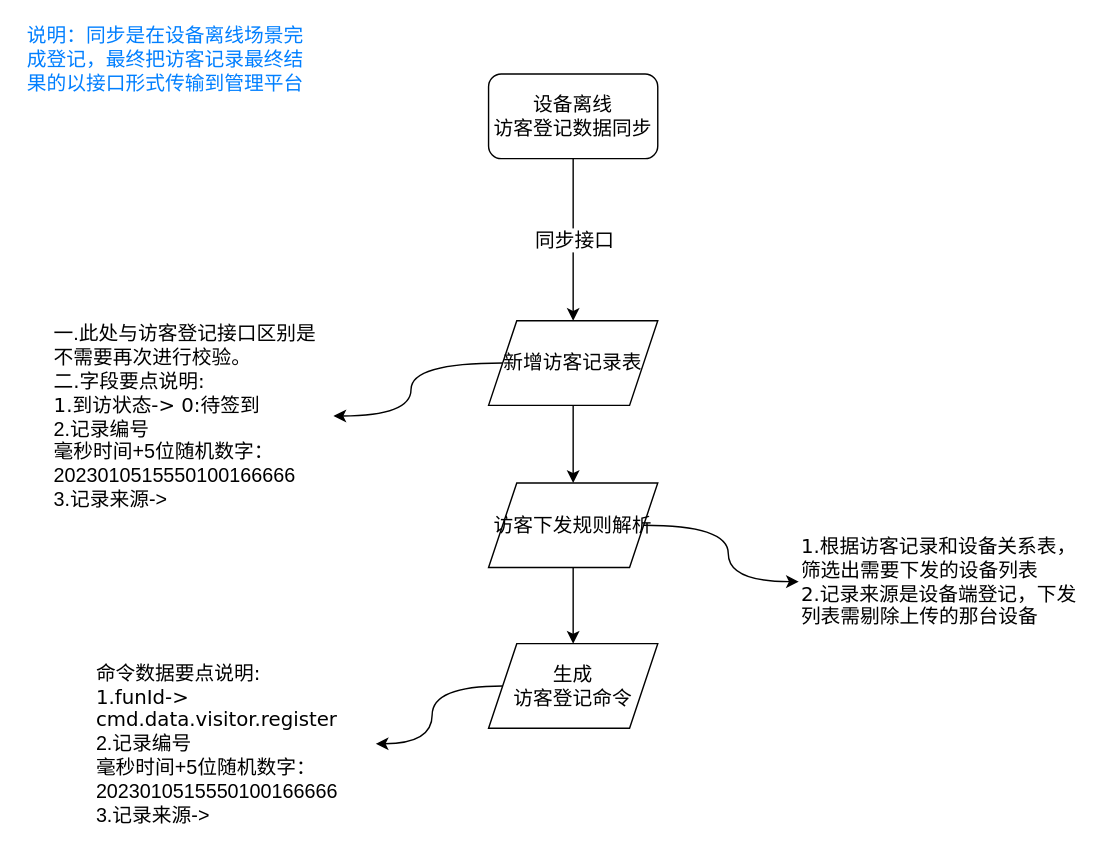
The draw.io diagram page "设备数据同步接口细化" (8 of 9) of 访客功能-线下平台和设备交互流程.drawio in chwnjianhui/draw.io, before the edit. Source tidied: cells renumbered, new cells numbered last; positions are measured from the earlier drawing's top-left corner, leaving out a move shared by most shapes. Both pictures are drawn from the tidied source at 141%, with x=0, y=0 at pixel (24, 31).
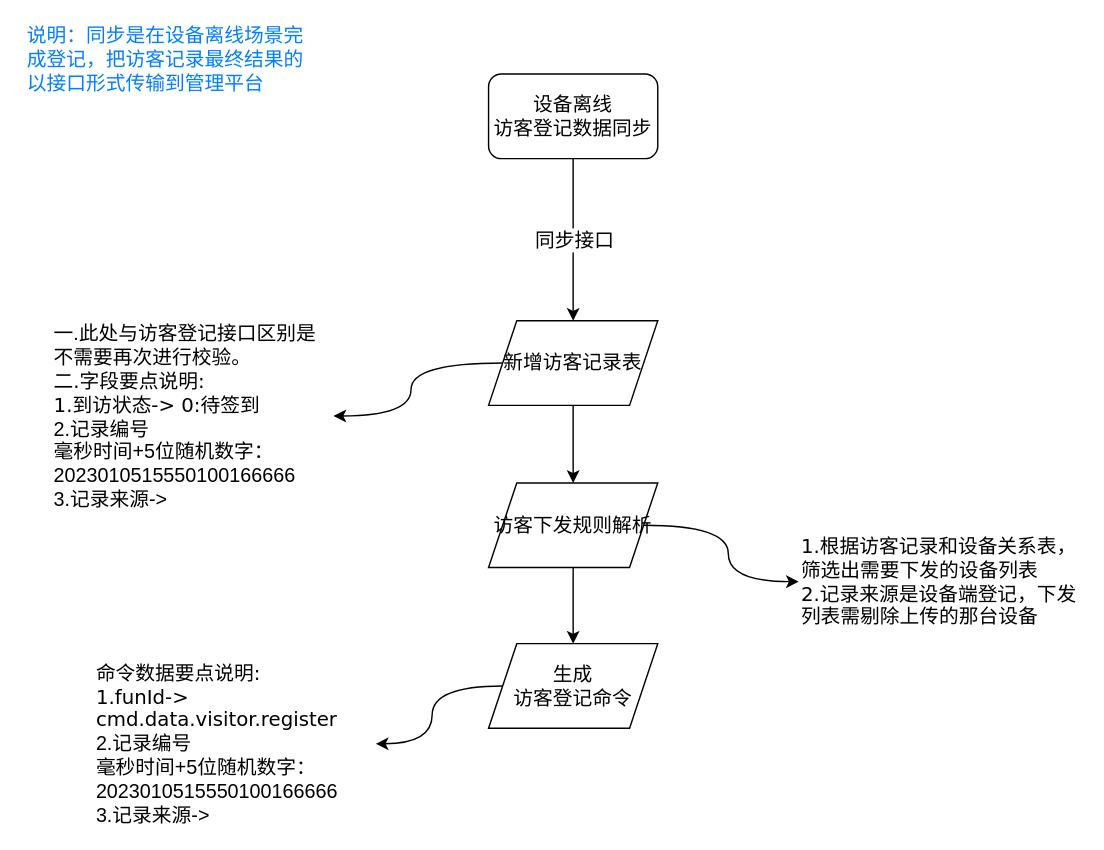
Above is the later version.

Commit message:
更新访客功能-线下平台和设备交互流程.drawio

The edit, as a diff of the source:
```diff
@@
 <mxGraphModel>
   <root>
     <mxCell id="0" />
     <mxCell id="1" parent="0" />
     <mxCell id="2" value="同步接口" style="edgeStyle=orthogonalEdgeStyle;rounded=0;jettySize=auto;html=1;fontSize=14;fontStyle=0;" parent="1" edge="1" source="3">
       <mxGeometry relative="1" as="geometry">
         <mxPoint x="389" y="205" as="targetPoint" />
       </mxGeometry>
     </mxCell>
     <mxCell id="3" value="设备离线&lt;br&gt;访客登记数据同步" style="rounded=1;whiteSpace=wrap;html=1;fontSize=14;fillColor=#FFFFFF;" parent="1" vertex="1">
       <mxGeometry x="329" y="30" width="120" height="60" as="geometry" />
     </mxCell>
-    <mxCell id="4" value="&lt;span style=&quot;font-family: Verdana; font-size: 14px;&quot;&gt;说明：同步是在设备离线场景完成登记，最终把访客记录最终结果的以接口形式传输到管理平台&lt;br style=&quot;font-size: 14px;&quot;&gt;&lt;/span&gt;" style="text;html=1;strokeColor=none;fillColor=none;align=left;verticalAlign=middle;whiteSpace=wrap;rounded=0;fontSize=14;fontColor=#007FFF;" parent="1" vertex="1">
+    <mxCell id="4" value="&lt;span style=&quot;font-family: Verdana; font-size: 14px;&quot;&gt;说明：同步是在设备离线场景完成登记，把访客记录最终结果的以接口形式传输到管理平台&lt;br style=&quot;font-size: 14px;&quot;&gt;&lt;/span&gt;" style="text;html=1;strokeColor=none;fillColor=none;align=left;verticalAlign=middle;whiteSpace=wrap;rounded=0;fontSize=14;fontColor=#007FFF;" parent="1" vertex="1">
       <mxGeometry width="200" height="40" as="geometry" />
     </mxCell>
     <mxCell id="5" style="edgeStyle=orthogonalEdgeStyle;curved=1;rounded=0;jettySize=auto;html=1;exitX=0;exitY=0.5;exitDx=0;exitDy=0;fontSize=14;entryX=1;entryY=0.5;entryDx=0;entryDy=0;" parent="1" edge="1" source="7" target="8">
       <mxGeometry relative="1" as="geometry" />
     </mxCell>
     <mxCell id="6" style="edgeStyle=orthogonalEdgeStyle;curved=1;rounded=0;jettySize=auto;html=1;fontSize=14;" parent="1" edge="1" source="7" target="11">
       <mxGeometry relative="1" as="geometry" />
     </mxCell>
     <mxCell id="7" value="新增访客记录表" style="shape=parallelogram;perimeter=parallelogramPerimeter;whiteSpace=wrap;html=1;fixedSize=1;fontSize=14;fillColor=#FFFFFF;" parent="1" vertex="1">
       <mxGeometry x="329" y="205" width="120" height="60" as="geometry" />
     </mxCell>
     <mxCell id="8" value="&lt;span style=&quot;text-align: center;&quot;&gt;一.此处与访客登记接口区别是&lt;br&gt;不需要再次进行校验。&lt;/span&gt;&lt;font face=&quot;Verdana&quot;&gt;&lt;br&gt;二.字段要点说明:&lt;/font&gt;&lt;br&gt;&lt;font face=&quot;Verdana&quot;&gt;1.到访状态-&amp;gt; 0:待签到&lt;br&gt;&lt;/font&gt;2.记录编号&lt;br&gt;毫秒时间+5位随机数字：2023010515550100166666&lt;br&gt;3.记录来源-&amp;gt;" style="text;html=1;strokeColor=none;fillColor=none;align=left;verticalAlign=middle;whiteSpace=wrap;rounded=0;fontSize=14;" parent="1" vertex="1">
       <mxGeometry x="19" y="215" width="200" height="115" as="geometry" />
     </mxCell>
     <mxCell id="9" style="edgeStyle=orthogonalEdgeStyle;curved=1;rounded=0;jettySize=auto;html=1;fontSize=14;" parent="1" edge="1" source="11" target="13">
       <mxGeometry relative="1" as="geometry" />
     </mxCell>
     <mxCell id="10" style="edgeStyle=orthogonalEdgeStyle;curved=1;rounded=0;jettySize=auto;html=1;exitX=1;exitY=0.5;exitDx=0;exitDy=0;entryX=0;entryY=0.5;entryDx=0;entryDy=0;fontSize=14;" parent="1" edge="1" source="11" target="15">
       <mxGeometry relative="1" as="geometry" />
     </mxCell>
     <mxCell id="11" value="访客下发规则解析" style="shape=parallelogram;perimeter=parallelogramPerimeter;whiteSpace=wrap;html=1;fixedSize=1;fontSize=14;fillColor=#FFFFFF;" parent="1" vertex="1">
       <mxGeometry x="329" y="320" width="120" height="60" as="geometry" />
     </mxCell>
     <mxCell id="12" style="edgeStyle=orthogonalEdgeStyle;curved=1;rounded=0;jettySize=auto;html=1;exitX=0;exitY=0.5;exitDx=0;exitDy=0;entryX=1;entryY=0.5;entryDx=0;entryDy=0;fontSize=14;" parent="1" edge="1" source="13" target="14">
       <mxGeometry relative="1" as="geometry" />
     </mxCell>
     <mxCell id="13" value="生成&lt;br&gt;访客登记命令" style="shape=parallelogram;perimeter=parallelogramPerimeter;whiteSpace=wrap;html=1;fixedSize=1;fontSize=14;fillColor=#FFFFFF;" parent="1" vertex="1">
       <mxGeometry x="329" y="434" width="120" height="60" as="geometry" />
     </mxCell>
     <mxCell id="14" value="&lt;font face=&quot;Verdana&quot;&gt;命令数据要点说明:&lt;/font&gt;&lt;br&gt;&lt;font face=&quot;Verdana&quot;&gt;1.funId-&amp;gt; cmd.data.visitor.register&lt;br&gt;&lt;/font&gt;2.记录编号&lt;br&gt;毫秒时间+5位随机数字：2023010515550100166666&lt;br&gt;3.记录来源-&amp;gt;" style="text;html=1;strokeColor=none;fillColor=none;align=left;verticalAlign=middle;whiteSpace=wrap;rounded=0;fontSize=14;" parent="1" vertex="1">
       <mxGeometry x="49" y="450" width="200" height="110" as="geometry" />
     </mxCell>
     <mxCell id="15" value="&lt;span style=&quot;font-family: Verdana; font-size: 14px;&quot;&gt;1.根据访客记录和设备关系表，筛选出需要下发的设备列表&lt;br&gt;2.记录来源是设备端登记，下发列表需剔除上传的那台设备&lt;br style=&quot;font-size: 14px;&quot;&gt;&lt;/span&gt;" style="text;html=1;strokeColor=none;fillColor=none;align=left;verticalAlign=middle;whiteSpace=wrap;rounded=0;fontSize=14;" parent="1" vertex="1">
       <mxGeometry x="549" y="370" width="200" height="40" as="geometry" />
     </mxCell>
   </root>
 </mxGraphModel>
```
